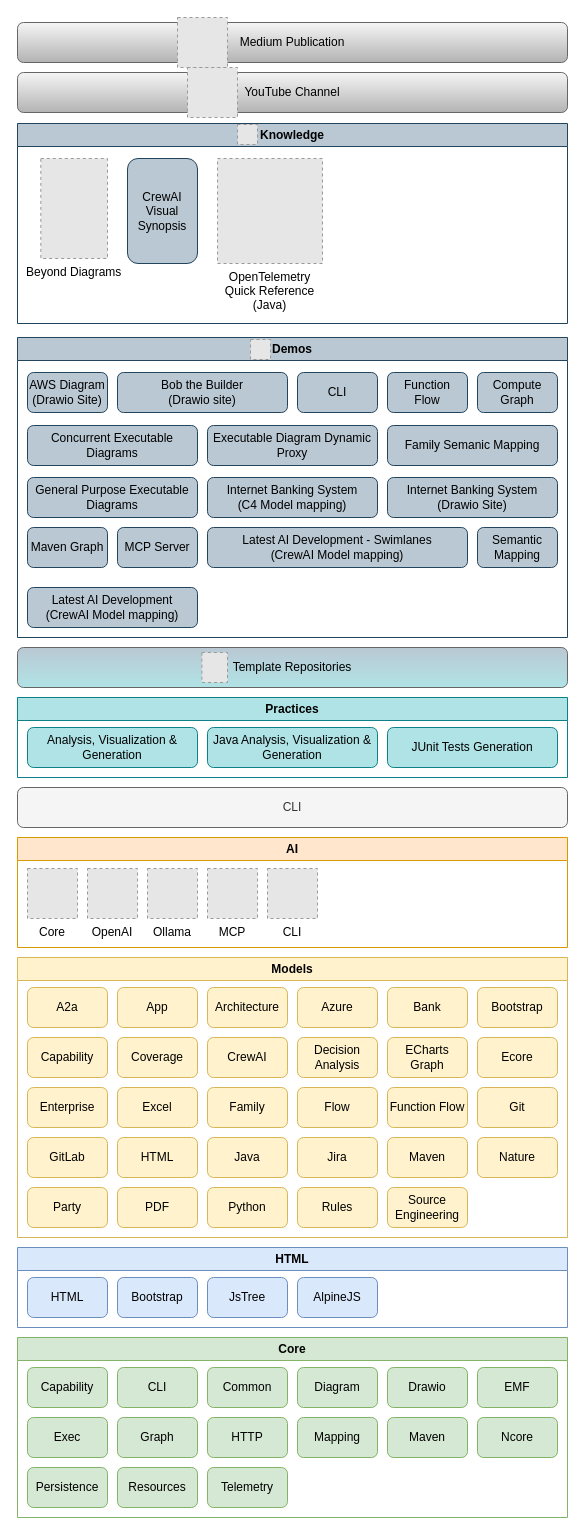
Above: model/nasdanika.drawio in Nasdanika/nasdanika.github.io (draw.io), before the change. Source tidied: cells renumbered, new cells numbered last; positions are measured from the earlier drawing's top-left corner, leaving out a move shared by most shapes. Both pictures are drawn from the tidied source at 100%, with x=0, y=0 at pixel (17, 17). Pictures stored in the file or linked from it are replaced by grey dashed boxes.
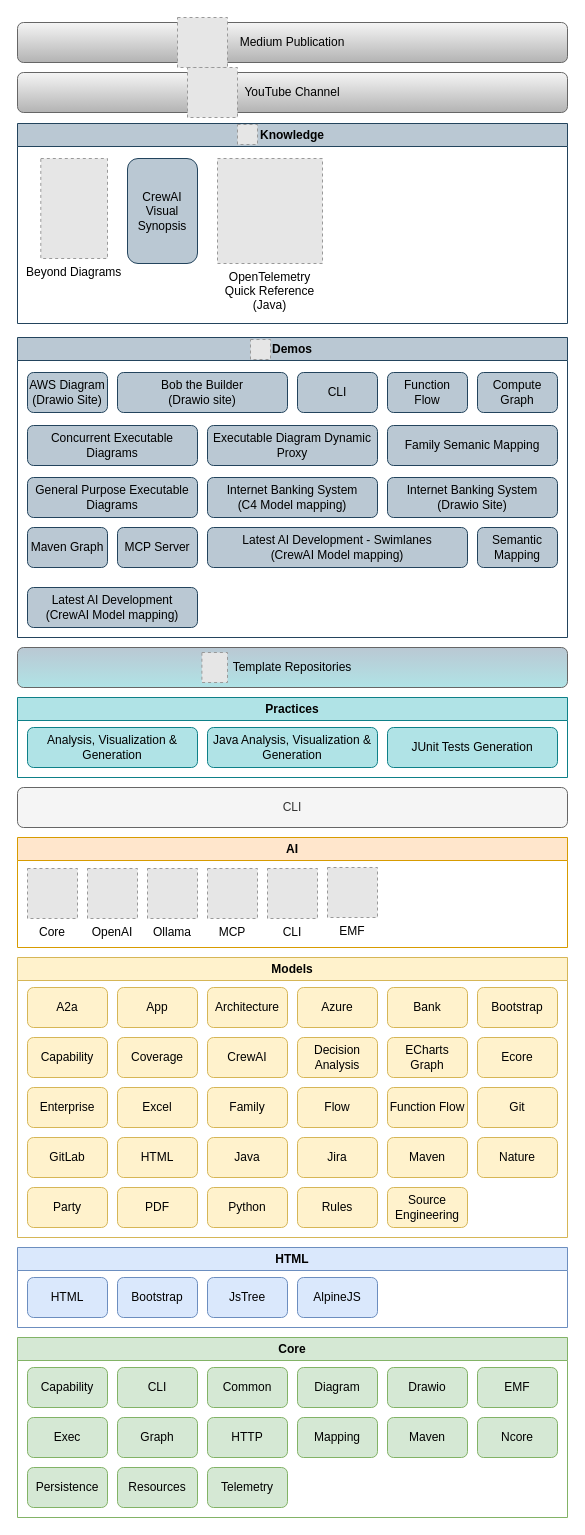
The same page after the edit.

The change refers to these unchanged cells:
```xml
<mxCell id="87" value="AI" style="swimlane;whiteSpace=wrap;html=1;fillColor=#ffe6cc;strokeColor=#d79b00;" parent="1" vertex="1">
  <mxGeometry y="820" width="550" height="110" as="geometry" />
</mxCell>
```

What changed in the source:
```diff
@@
+    <mxCell id="93" value="EMF" style="fillColor=#E6E6E6;strokeColor=#999999;dashed=1;verticalLabelPosition=bottom;labelBackgroundColor=default;verticalAlign=top;" parent="87" vertex="1">
+      <mxGeometry x="310" y="30" width="50" height="50" as="geometry" />
+    </mxCell>
```
